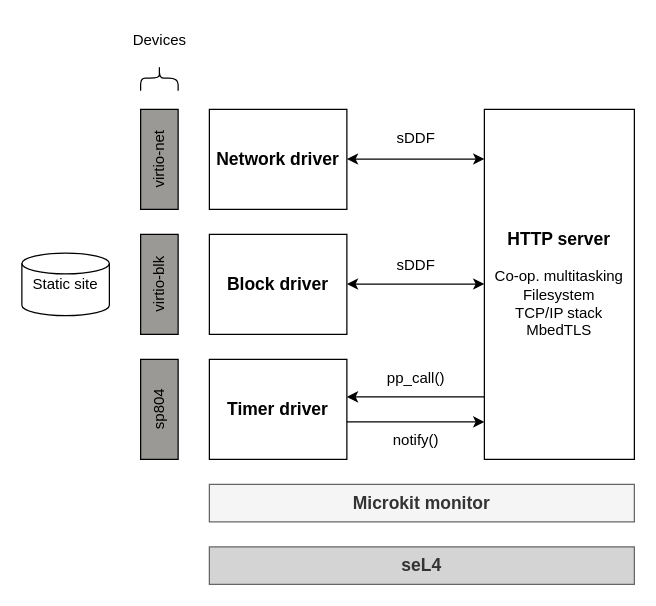
This is docs/images/system.drawio from seL4/rust-microkit-http-server-demo, a draw.io file, before an edit. Source tidied: cells renumbered, new cells numbered last; positions are measured from the earlier drawing's top-left corner, leaving out a move shared by most shapes. Both pictures are drawn from the tidied source at 125%, with x=0, y=0 at pixel (21, 21).
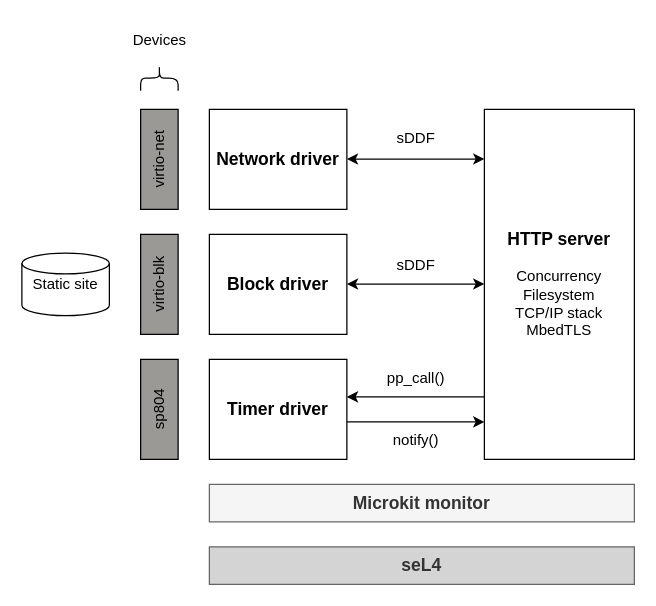
The same page after the edit.

Commit message (it also covers changes not shown here):
Improve wording in system diagram

The edit, as a diff of the source:
```diff
@@
-    <mxCell id="5" value="&lt;b&gt;&lt;font style=&quot;font-size: 14px;&quot;&gt;HTTP server&lt;/font&gt;&lt;/b&gt;&lt;br&gt;&lt;br&gt;Co-op. multitasking&lt;br&gt;Filesystem&lt;br&gt;TCP/IP stack&lt;br&gt;MbedTLS&lt;br&gt;" style="rounded=0;whiteSpace=wrap;html=1;" parent="1" vertex="1">
+    <mxCell id="5" value="&lt;b&gt;&lt;font style=&quot;font-size: 14px;&quot;&gt;HTTP server&lt;/font&gt;&lt;/b&gt;&lt;br&gt;&lt;br&gt;Concurrency&lt;br&gt;Filesystem&lt;br&gt;TCP/IP stack&lt;br&gt;MbedTLS" style="rounded=0;whiteSpace=wrap;html=1;" parent="1" vertex="1">
       <mxGeometry x="370" y="70" width="120" height="280" as="geometry" />
     </mxCell>
```
